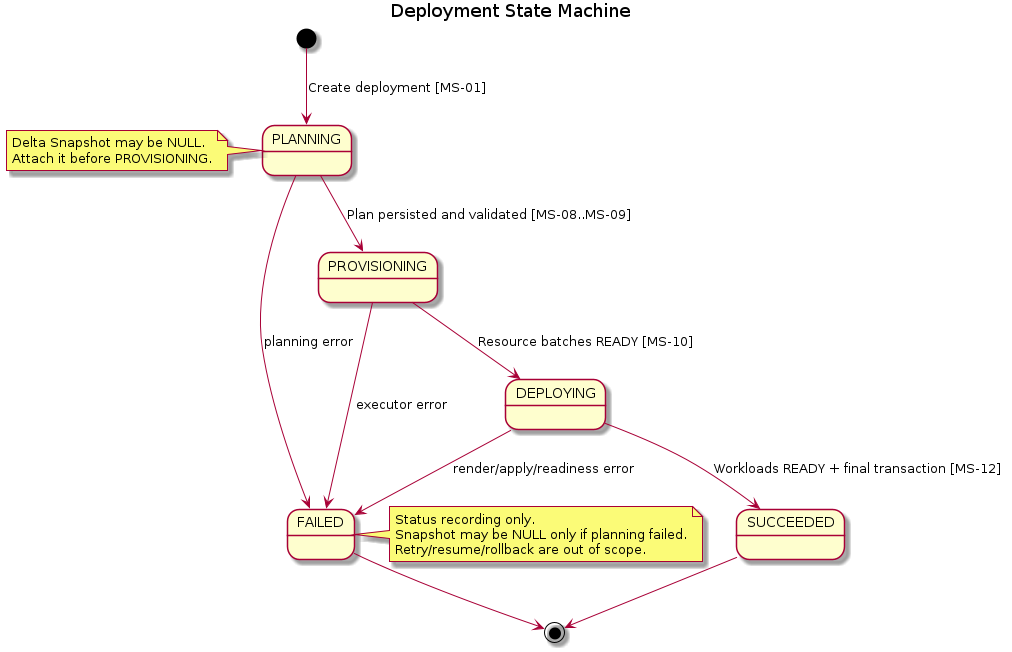
The PlantUML diagram orchestrator_docs/architecture/state-machines/deployment.png in pr3s3nt/poc, before a commit. Its source is kept beside it as orchestrator_docs/architecture/state-machines/deployment.puml.
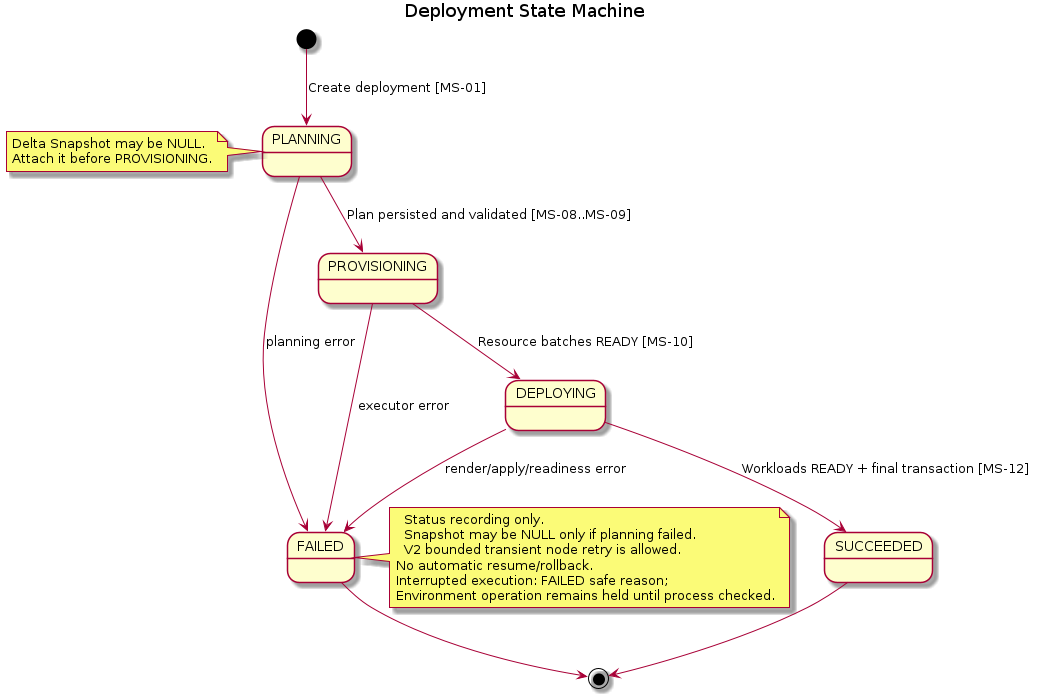
After the change.

Diff of the diagram source:
```diff
@@ -16,6 +16,9 @@
 note right of FAILED
   Status recording only.
   Snapshot may be NULL only if planning failed.
-  Retry/resume/rollback are out of scope.
+  V2 bounded transient node retry is allowed.
+No automatic resume/rollback.
+Interrupted execution: FAILED safe reason;
+Environment operation remains held until process checked.
 end note
 @enduml
```
